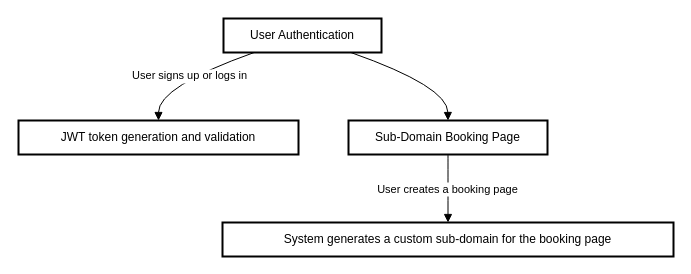
shuklachitransh/Deep-Tree-implementation keeps this draw.io diagram as Untitled Diagram.drawio. Above is the earlier version. Source tidied: cells renumbered, new cells numbered last; positions are measured from the earlier drawing's top-left corner, leaving out a move shared by most shapes. Both pictures are drawn from the tidied source at 100%, with x=0, y=0 at pixel (18, 18).
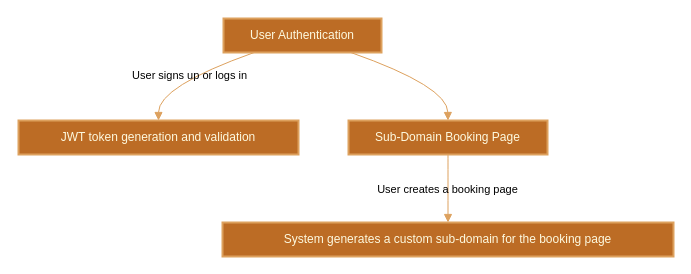
Above is the later version.

Change to the diagram source:
```diff
@@
 <mxGraphModel>
   <root>
     <mxCell id="0" />
     <mxCell id="1" parent="0" />
-    <mxCell id="2" value="User Authentication" style="whiteSpace=wrap;strokeWidth=2;" parent="1" vertex="1">
+    <mxCell id="2" value="User Authentication" style="whiteSpace=wrap;strokeWidth=2;labelBackgroundColor=none;fillColor=#BC6C25;strokeColor=#DDA15E;fontColor=#FEFAE0;" parent="1" vertex="1">
       <mxGeometry x="205" width="158" height="34" as="geometry" />
     </mxCell>
-    <mxCell id="3" value="JWT token generation and validation" style="whiteSpace=wrap;strokeWidth=2;" parent="1" vertex="1">
+    <mxCell id="3" value="JWT token generation and validation" style="whiteSpace=wrap;strokeWidth=2;labelBackgroundColor=none;fillColor=#BC6C25;strokeColor=#DDA15E;fontColor=#FEFAE0;" parent="1" vertex="1">
       <mxGeometry y="102" width="280" height="34" as="geometry" />
     </mxCell>
-    <mxCell id="4" value="Sub-Domain Booking Page" style="whiteSpace=wrap;strokeWidth=2;" parent="1" vertex="1">
+    <mxCell id="4" value="Sub-Domain Booking Page" style="whiteSpace=wrap;strokeWidth=2;labelBackgroundColor=none;fillColor=#BC6C25;strokeColor=#DDA15E;fontColor=#FEFAE0;" parent="1" vertex="1">
       <mxGeometry x="330" y="102" width="199" height="34" as="geometry" />
     </mxCell>
-    <mxCell id="5" value="System generates a custom sub-domain for the booking page" style="whiteSpace=wrap;strokeWidth=2;" parent="1" vertex="1">
+    <mxCell id="5" value="System generates a custom sub-domain for the booking page" style="whiteSpace=wrap;strokeWidth=2;labelBackgroundColor=none;fillColor=#BC6C25;strokeColor=#DDA15E;fontColor=#FEFAE0;" parent="1" vertex="1">
       <mxGeometry x="204" y="204" width="451" height="34" as="geometry" />
     </mxCell>
-    <mxCell id="6" value="User signs up or logs in" style="curved=1;startArrow=none;endArrow=block;exitX=0.2;exitY=0.99;entryX=0.5;entryY=0.01;" parent="1" edge="1" source="2" target="3">
+    <mxCell id="6" value="User signs up or logs in" style="curved=1;startArrow=none;endArrow=block;exitX=0.2;exitY=0.99;entryX=0.5;entryY=0.01;labelBackgroundColor=none;strokeColor=#DDA15E;fontColor=default;" parent="1" edge="1" source="2" target="3">
       <mxGeometry relative="1" as="geometry">
         <Array as="points">
           <mxPoint x="140" y="68" />
         </Array>
       </mxGeometry>
     </mxCell>
-    <mxCell id="7" value="User creates a booking page" style="curved=1;startArrow=none;endArrow=block;exitX=0.5;exitY=0.99;entryX=0.5;entryY=0.01;" parent="1" edge="1" source="4" target="5">
+    <mxCell id="7" value="User creates a booking page" style="curved=1;startArrow=none;endArrow=block;exitX=0.5;exitY=0.99;entryX=0.5;entryY=0.01;labelBackgroundColor=none;strokeColor=#DDA15E;fontColor=default;" parent="1" edge="1" source="4" target="5">
       <mxGeometry relative="1" as="geometry" />
     </mxCell>
-    <mxCell id="8" style="curved=1;startArrow=none;endArrow=block;exitX=0.8;exitY=0.99;entryX=0.5;entryY=0.01;" parent="1" edge="1" source="2" target="4">
+    <mxCell id="8" style="curved=1;startArrow=none;endArrow=block;exitX=0.8;exitY=0.99;entryX=0.5;entryY=0.01;labelBackgroundColor=none;strokeColor=#DDA15E;fontColor=default;" parent="1" edge="1" source="2" target="4">
       <mxGeometry relative="1" as="geometry">
         <Array as="points">
           <mxPoint x="429" y="68" />
         </Array>
       </mxGeometry>
     </mxCell>
   </root>
 </mxGraphModel>
```
